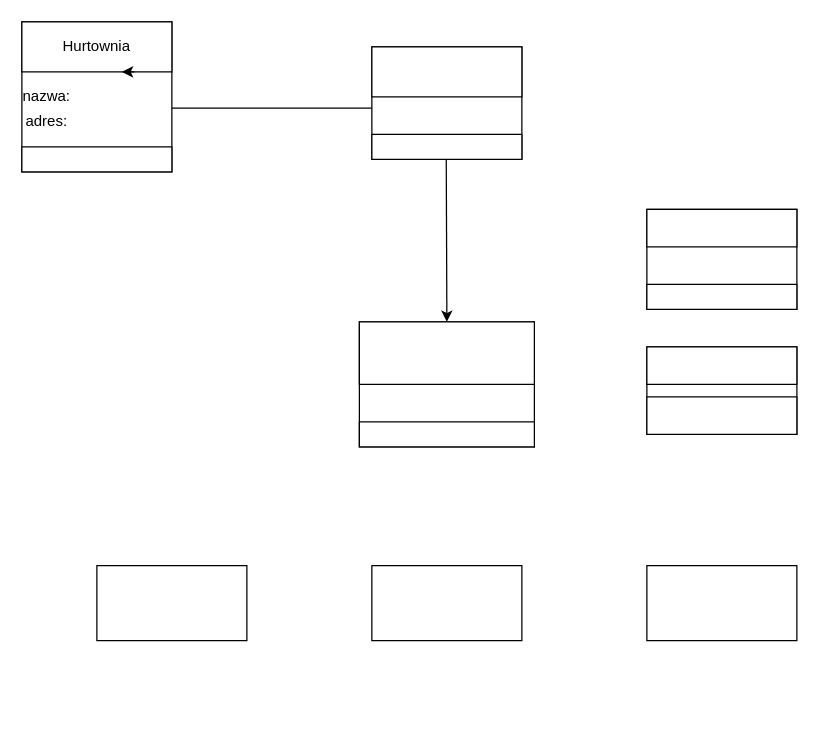
Above: Untitled Diagram.drawio in KontisPMP/jn14ti3c (draw.io), before the change. Source tidied: cells renumbered, new cells numbered last; positions are measured from the earlier drawing's top-left corner, leaving out a move shared by most shapes. Both pictures are drawn from the tidied source at 125%, with x=0, y=0 at pixel (21, 21).
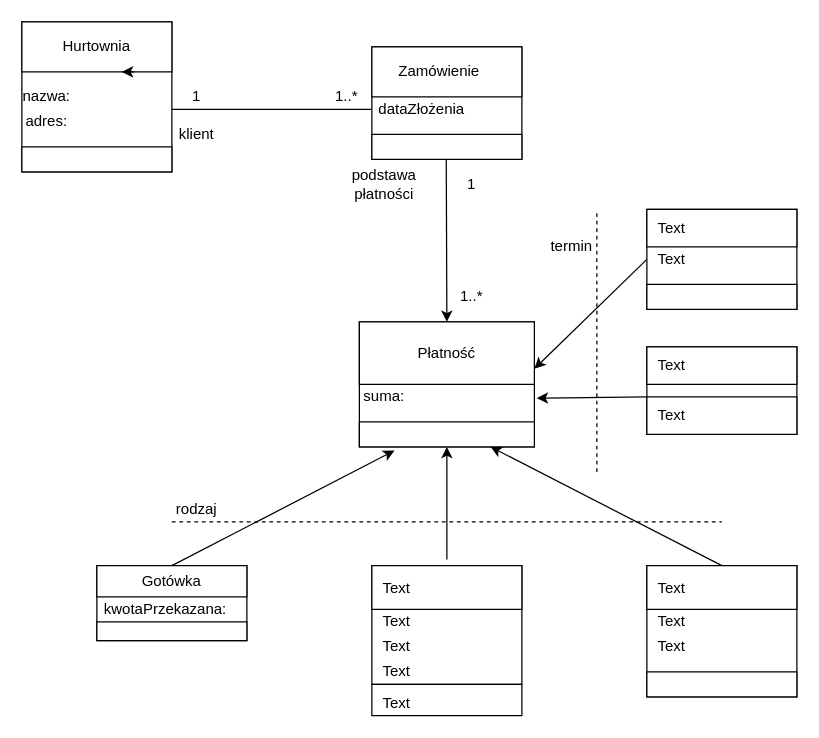
Above is the later version.

The change refers to these unchanged cells:
```xml
<mxCell id="12" style="rounded=0;whiteSpace=wrap;html=1;" parent="1" vertex="1">
  <mxGeometry x="270" y="240" width="140" height="100" as="geometry" />
</mxCell>
<mxCell id="17" style="rounded=0;whiteSpace=wrap;html=1;" parent="1" vertex="1">
  <mxGeometry x="500" y="150" width="120" height="80" as="geometry" />
</mxCell>
<mxCell id="19" style="rounded=0;whiteSpace=wrap;html=1;" parent="1" vertex="1">
  <mxGeometry x="500" y="300" width="120" height="30" as="geometry" />
</mxCell>
<mxCell id="22" style="rounded=0;whiteSpace=wrap;html=1;" parent="1" vertex="1">
  <mxGeometry x="270" y="240" width="140" height="50" as="geometry" />
</mxCell>
<mxCell id="23" style="rounded=0;whiteSpace=wrap;html=1;" parent="1" vertex="1">
  <mxGeometry x="270" y="320" width="140" height="20" as="geometry" />
</mxCell>
```

What changed in the source:
```diff
@@
     <mxCell id="9" style="endArrow=none;html=1;" parent="1" edge="1">
       <mxGeometry relative="1" as="geometry">
-        <mxPoint x="120" y="69" as="sourcePoint" />
-        <mxPoint x="280" y="69" as="targetPoint" />
+        <mxPoint x="120" y="70" as="sourcePoint" />
+        <mxPoint x="280" y="70" as="targetPoint" />
       </mxGeometry>
     </mxCell>
@@
     <mxCell id="14" style="rounded=0;whiteSpace=wrap;html=1;" parent="1" vertex="1">
-      <mxGeometry x="280" y="435" width="120" height="60" as="geometry" />
+      <mxGeometry x="280" y="435" width="120" height="95" as="geometry" />
     </mxCell>
     <mxCell id="15" style="rounded=0;whiteSpace=wrap;html=1;" parent="1" vertex="1">
-      <mxGeometry x="500" y="435" width="120" height="60" as="geometry" />
+      <mxGeometry x="500" y="435" width="120" height="105" as="geometry" />
     </mxCell>
@@
+    <mxCell id="26" style="endArrow=classic;html=1;exitX=0;exitY=0.5;exitDx=0;exitDy=0;entryX=1;entryY=0.75;entryDx=0;entryDy=0;" parent="1" edge="1" source="17" target="22">
+      <mxGeometry relative="1" as="geometry" />
+    </mxCell>
+    <mxCell id="27" style="endArrow=classic;html=1;exitX=0;exitY=0;exitDx=0;exitDy=0;entryX=1.014;entryY=0.61;entryDx=0;entryDy=0;entryPerimeter=0;" parent="1" edge="1" source="19" target="12">
+      <mxGeometry relative="1" as="geometry" />
+    </mxCell>
+    <mxCell id="28" style="endArrow=none;dashed=1;html=1;" parent="1" edge="1">
+      <mxGeometry relative="1" as="geometry">
+        <mxPoint x="460" y="360" as="sourcePoint" />
+        <mxPoint x="460" y="150" as="targetPoint" />
+      </mxGeometry>
+    </mxCell>
+    <mxCell id="29" style="endArrow=classic;html=1;entryX=0.2;entryY=1.15;entryDx=0;entryDy=0;entryPerimeter=0;" parent="1" edge="1" target="23">
+      <mxGeometry relative="1" as="geometry">
+        <mxPoint x="120" y="435" as="sourcePoint" />
+      </mxGeometry>
+    </mxCell>
+    <mxCell id="30" style="endArrow=classic;html=1;entryX=0.5;entryY=1;entryDx=0;entryDy=0;" parent="1" edge="1" target="23">
+      <mxGeometry relative="1" as="geometry">
+        <mxPoint x="340" y="430" as="sourcePoint" />
+      </mxGeometry>
+    </mxCell>
+    <mxCell id="31" style="endArrow=classic;html=1;entryX=0.75;entryY=1;entryDx=0;entryDy=0;exitX=0.5;exitY=0;exitDx=0;exitDy=0;" parent="1" edge="1" source="15" target="23">
+      <mxGeometry relative="1" as="geometry" />
+    </mxCell>
+    <mxCell id="32" style="endArrow=none;dashed=1;html=1;" parent="1" edge="1">
+      <mxGeometry relative="1" as="geometry">
+        <mxPoint x="120" y="400" as="sourcePoint" />
+        <mxPoint x="560" y="400" as="targetPoint" />
+      </mxGeometry>
+    </mxCell>
+    <mxCell id="33" value="dataZłożenia" style="text;html=1;strokeColor=none;fillColor=none;align=center;verticalAlign=middle;whiteSpace=wrap;rounded=0;" parent="1" vertex="1">
+      <mxGeometry x="300" y="60" width="40" height="20" as="geometry" />
+    </mxCell>
+    <mxCell id="34" value="Zamówienie" style="text;html=1;strokeColor=none;fillColor=none;align=center;verticalAlign=middle;whiteSpace=wrap;rounded=0;" parent="1" vertex="1">
+      <mxGeometry x="314" y="30" width="40" height="20" as="geometry" />
+    </mxCell>
+    <mxCell id="35" value="Text" style="text;html=1;strokeColor=none;fillColor=none;align=center;verticalAlign=middle;whiteSpace=wrap;rounded=0;" parent="1" vertex="1">
+      <mxGeometry x="500" y="155" width="40" height="20" as="geometry" />
+    </mxCell>
+    <mxCell id="36" value="Text" style="text;html=1;strokeColor=none;fillColor=none;align=center;verticalAlign=middle;whiteSpace=wrap;rounded=0;" parent="1" vertex="1">
+      <mxGeometry x="500" y="180" width="40" height="20" as="geometry" />
+    </mxCell>
+    <mxCell id="37" value="Text" style="text;html=1;strokeColor=none;fillColor=none;align=center;verticalAlign=middle;whiteSpace=wrap;rounded=0;" parent="1" vertex="1">
+      <mxGeometry x="500" y="265" width="40" height="20" as="geometry" />
+    </mxCell>
+    <mxCell id="38" value="Text" style="text;html=1;strokeColor=none;fillColor=none;align=center;verticalAlign=middle;whiteSpace=wrap;rounded=0;" parent="1" vertex="1">
+      <mxGeometry x="500" y="305" width="40" height="20" as="geometry" />
+    </mxCell>
+    <mxCell id="39" value="termin" style="text;html=1;strokeColor=none;fillColor=none;align=center;verticalAlign=middle;whiteSpace=wrap;rounded=0;" parent="1" vertex="1">
+      <mxGeometry x="420" y="170" width="40" height="20" as="geometry" />
+    </mxCell>
+    <mxCell id="40" value="rodzaj" style="text;html=1;strokeColor=none;fillColor=none;align=center;verticalAlign=middle;whiteSpace=wrap;rounded=0;" parent="1" vertex="1">
+      <mxGeometry x="120" y="380" width="40" height="20" as="geometry" />
+    </mxCell>
+    <mxCell id="41" style="rounded=0;whiteSpace=wrap;html=1;" parent="1" vertex="1">
+      <mxGeometry x="60" y="435" width="120" height="25" as="geometry" />
+    </mxCell>
+    <mxCell id="42" value="Gotówka" style="text;html=1;strokeColor=none;fillColor=none;align=center;verticalAlign=middle;whiteSpace=wrap;rounded=0;" parent="1" vertex="1">
+      <mxGeometry x="100" y="437.5" width="40" height="20" as="geometry" />
+    </mxCell>
+    <mxCell id="43" style="rounded=0;whiteSpace=wrap;html=1;" parent="1" vertex="1">
+      <mxGeometry x="60" y="480" width="120" height="15" as="geometry" />
+    </mxCell>
+    <mxCell id="44" value="kwotaPrzekazana:" style="text;html=1;strokeColor=none;fillColor=none;align=center;verticalAlign=middle;whiteSpace=wrap;rounded=0;" parent="1" vertex="1">
+      <mxGeometry x="90" y="460" width="50" height="20" as="geometry" />
+    </mxCell>
+    <mxCell id="45" style="rounded=0;whiteSpace=wrap;html=1;" parent="1" vertex="1">
+      <mxGeometry x="280" y="530" width="120" height="25" as="geometry" />
+    </mxCell>
+    <mxCell id="46" style="rounded=0;whiteSpace=wrap;html=1;" parent="1" vertex="1">
+      <mxGeometry x="280" y="435" width="120" height="35" as="geometry" />
+    </mxCell>
+    <mxCell id="47" value="Text" style="text;html=1;strokeColor=none;fillColor=none;align=center;verticalAlign=middle;whiteSpace=wrap;rounded=0;" parent="1" vertex="1">
+      <mxGeometry x="280" y="443" width="40" height="20" as="geometry" />
+    </mxCell>
+    <mxCell id="48" value="Text" style="text;html=1;strokeColor=none;fillColor=none;align=center;verticalAlign=middle;whiteSpace=wrap;rounded=0;" parent="1" vertex="1">
+      <mxGeometry x="280" y="470" width="40" height="20" as="geometry" />
+    </mxCell>
+    <mxCell id="49" value="Text" style="text;html=1;strokeColor=none;fillColor=none;align=center;verticalAlign=middle;whiteSpace=wrap;rounded=0;" parent="1" vertex="1">
+      <mxGeometry x="280" y="490" width="40" height="20" as="geometry" />
+    </mxCell>
+    <mxCell id="50" value="Text" style="text;html=1;strokeColor=none;fillColor=none;align=center;verticalAlign=middle;whiteSpace=wrap;rounded=0;" parent="1" vertex="1">
+      <mxGeometry x="280" y="510" width="40" height="20" as="geometry" />
+    </mxCell>
+    <mxCell id="51" value="Text" style="text;html=1;strokeColor=none;fillColor=none;align=center;verticalAlign=middle;whiteSpace=wrap;rounded=0;" parent="1" vertex="1">
+      <mxGeometry x="280" y="535" width="40" height="20" as="geometry" />
+    </mxCell>
+    <mxCell id="52" style="rounded=0;whiteSpace=wrap;html=1;" parent="1" vertex="1">
+      <mxGeometry x="500" y="435" width="120" height="35" as="geometry" />
+    </mxCell>
+    <mxCell id="53" style="rounded=0;whiteSpace=wrap;html=1;" parent="1" vertex="1">
+      <mxGeometry x="500" y="520" width="120" height="20" as="geometry" />
+    </mxCell>
+    <mxCell id="54" value="Text" style="text;html=1;strokeColor=none;fillColor=none;align=center;verticalAlign=middle;whiteSpace=wrap;rounded=0;" parent="1" vertex="1">
+      <mxGeometry x="500" y="443" width="40" height="20" as="geometry" />
+    </mxCell>
+    <mxCell id="55" value="Text" style="text;html=1;strokeColor=none;fillColor=none;align=center;verticalAlign=middle;whiteSpace=wrap;rounded=0;" parent="1" vertex="1">
+      <mxGeometry x="500" y="470" width="40" height="20" as="geometry" />
+    </mxCell>
+    <mxCell id="56" value="Text" style="text;html=1;strokeColor=none;fillColor=none;align=center;verticalAlign=middle;whiteSpace=wrap;rounded=0;" parent="1" vertex="1">
+      <mxGeometry x="500" y="490" width="40" height="20" as="geometry" />
+    </mxCell>
+    <mxCell id="57" value="podstawa&lt;br&gt;płatności" style="text;html=1;strokeColor=none;fillColor=none;align=center;verticalAlign=middle;whiteSpace=wrap;rounded=0;" parent="1" vertex="1">
+      <mxGeometry x="270" y="120" width="40" height="20" as="geometry" />
+    </mxCell>
+    <mxCell id="58" value="1" style="text;html=1;strokeColor=none;fillColor=none;align=center;verticalAlign=middle;whiteSpace=wrap;rounded=0;" parent="1" vertex="1">
+      <mxGeometry x="340" y="120" width="40" height="20" as="geometry" />
+    </mxCell>
+    <mxCell id="59" value="1..*" style="text;html=1;strokeColor=none;fillColor=none;align=center;verticalAlign=middle;whiteSpace=wrap;rounded=0;" parent="1" vertex="1">
+      <mxGeometry x="340" y="210" width="40" height="20" as="geometry" />
+    </mxCell>
+    <mxCell id="60" value="1" style="text;html=1;strokeColor=none;fillColor=none;align=center;verticalAlign=middle;whiteSpace=wrap;rounded=0;" parent="1" vertex="1">
+      <mxGeometry x="120" y="50" width="40" height="20" as="geometry" />
+    </mxCell>
+    <mxCell id="61" value="1..*" style="text;html=1;strokeColor=none;fillColor=none;align=center;verticalAlign=middle;whiteSpace=wrap;rounded=0;" parent="1" vertex="1">
+      <mxGeometry x="240" y="50" width="40" height="20" as="geometry" />
+    </mxCell>
+    <mxCell id="62" value="klient" style="text;html=1;strokeColor=none;fillColor=none;align=center;verticalAlign=middle;whiteSpace=wrap;rounded=0;" parent="1" vertex="1">
+      <mxGeometry x="120" y="80" width="40" height="20" as="geometry" />
+    </mxCell>
+    <mxCell id="63" value="Płatność" style="text;html=1;strokeColor=none;fillColor=none;align=center;verticalAlign=middle;whiteSpace=wrap;rounded=0;" parent="1" vertex="1">
+      <mxGeometry x="320" y="255" width="40" height="20" as="geometry" />
+    </mxCell>
+    <mxCell id="64" value="suma:" style="text;html=1;strokeColor=none;fillColor=none;align=center;verticalAlign=middle;whiteSpace=wrap;rounded=0;" parent="1" vertex="1">
+      <mxGeometry x="270" y="290" width="40" height="20" as="geometry" />
+    </mxCell>
+    <mxCell id="65" style="edgeStyle=orthogonalEdgeStyle;rounded=0;orthogonalLoop=1;jettySize=auto;html=1;exitX=0.5;exitY=1;exitDx=0;exitDy=0;" parent="1" edge="1" source="33" target="33">
+      <mxGeometry relative="1" as="geometry" />
+    </mxCell>
```
